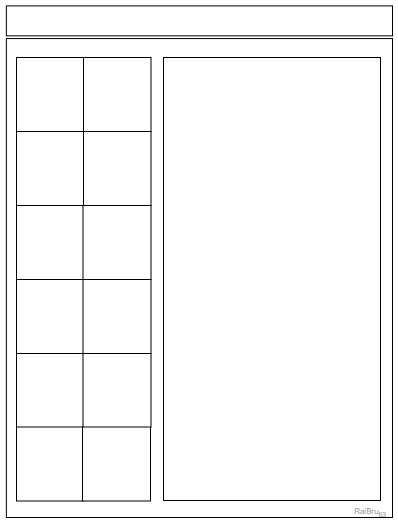
Earlier version of the draw.io export src/res/TNPassport-Planner-Monthly-6-2.png (raibru/note-planner). Source tidied: cells renumbered, new cells last; positions are measured from the earlier drawing's top-left corner, leaving out a move shared by most shapes. Its diagram source:
```xml
<mxGraphModel background="#FFFFFF">
  <root>
    <mxCell id="0" />
    <mxCell id="1" parent="0" />
    <mxCell id="2" style="group;" parent="1" vertex="1">
      <mxGeometry y="1" width="387" height="511" as="geometry" />
    </mxCell>
    <mxCell id="3" style="rounded=0;whiteSpace=wrap;html=1;" parent="2" vertex="1">
      <mxGeometry x="0.8" y="32" width="386.2" height="479" as="geometry" />
    </mxCell>
    <mxCell id="4" style="rounded=0;whiteSpace=wrap;html=1;" parent="2" vertex="1">
      <mxGeometry x="0.8" y="-0.6" width="386.2" height="30" as="geometry" />
    </mxCell>
    <mxCell id="5" style="group;" parent="2" vertex="1">
      <mxGeometry x="183" y="6.5" width="20.9" height="8.3" as="geometry" />
    </mxCell>
    <mxCell id="6" style="group;" parent="5" vertex="1">
      <mxGeometry width="20.9" height="8.3" as="geometry" />
    </mxCell>
    <mxCell id="7" value="RaiBru&lt;sub&gt;63&lt;/sub&gt;" style="text;html=1;strokeColor=none;fillColor=none;align=right;verticalAlign=middle;whiteSpace=wrap;rounded=0;fontFamily=Helvetica;fontSize=8;fontColor=#999999;" parent="2" vertex="1">
      <mxGeometry x="364.5" y="503.1" width="19.5" height="6.2" as="geometry" />
    </mxCell>
    <mxCell id="8" style="rounded=0;whiteSpace=wrap;html=1;" parent="2" vertex="1">
      <mxGeometry x="11" y="51" width="67" height="74" as="geometry" />
    </mxCell>
    <mxCell id="9" style="rounded=0;whiteSpace=wrap;html=1;" parent="2" vertex="1">
      <mxGeometry x="158" y="51" width="217" height="443" as="geometry" />
    </mxCell>
    <mxCell id="10" style="rounded=0;whiteSpace=wrap;html=1;" parent="2" vertex="1">
      <mxGeometry x="78" y="51" width="67.5" height="74" as="geometry" />
    </mxCell>
    <mxCell id="11" style="rounded=0;whiteSpace=wrap;html=1;" parent="2" vertex="1">
      <mxGeometry x="77.5" y="125" width="68" height="74" as="geometry" />
    </mxCell>
    <mxCell id="12" style="rounded=0;whiteSpace=wrap;html=1;" parent="2" vertex="1">
      <mxGeometry x="11" y="125" width="67" height="74" as="geometry" />
    </mxCell>
    <mxCell id="13" style="rounded=0;whiteSpace=wrap;html=1;" parent="2" vertex="1">
      <mxGeometry x="11" y="199" width="67" height="74" as="geometry" />
    </mxCell>
    <mxCell id="14" style="rounded=0;whiteSpace=wrap;html=1;" parent="2" vertex="1">
      <mxGeometry x="77.5" y="199" width="68" height="74" as="geometry" />
    </mxCell>
    <mxCell id="15" style="rounded=0;whiteSpace=wrap;html=1;" parent="2" vertex="1">
      <mxGeometry x="11" y="273" width="67" height="74" as="geometry" />
    </mxCell>
    <mxCell id="16" style="rounded=0;whiteSpace=wrap;html=1;" parent="2" vertex="1">
      <mxGeometry x="77.5" y="273" width="68" height="74" as="geometry" />
    </mxCell>
    <mxCell id="17" style="rounded=0;whiteSpace=wrap;html=1;" parent="2" vertex="1">
      <mxGeometry x="11" y="347" width="67" height="74" as="geometry" />
    </mxCell>
    <mxCell id="18" style="rounded=0;whiteSpace=wrap;html=1;" parent="2" vertex="1">
      <mxGeometry x="77.5" y="347" width="68" height="74" as="geometry" />
    </mxCell>
    <mxCell id="19" style="rounded=0;whiteSpace=wrap;html=1;" parent="2" vertex="1">
      <mxGeometry x="11" y="420.5" width="67" height="74" as="geometry" />
    </mxCell>
    <mxCell id="20" style="rounded=0;whiteSpace=wrap;html=1;" parent="2" vertex="1">
      <mxGeometry x="77" y="420.5" width="68" height="74" as="geometry" />
    </mxCell>
  </root>
</mxGraphModel>
```
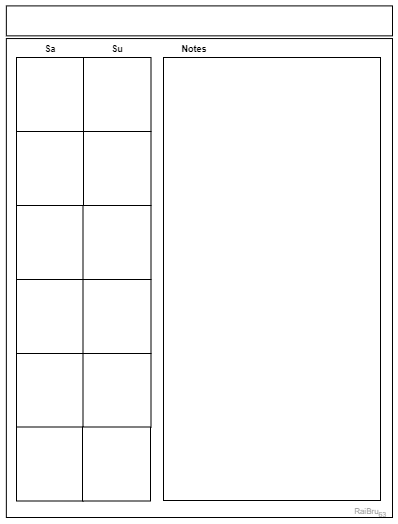
Later version of the same file.

Commit message:
RES(cal): add days header to montly cal pages

Diff of the diagram source:
```diff
@@ -59,5 +59,14 @@
     <mxCell id="20" style="rounded=0;whiteSpace=wrap;html=1;" parent="2" vertex="1">
       <mxGeometry x="77" y="420.5" width="68" height="74" as="geometry" />
     </mxCell>
+    <mxCell id="21" value="&lt;font style=&quot;font-size: 9px;&quot;&gt;Sa&lt;/font&gt;" style="text;html=1;align=center;verticalAlign=middle;whiteSpace=wrap;rounded=0;fontSize=11;fontStyle=1;" parent="2" vertex="1">
+      <mxGeometry x="14.5" y="34" width="60" height="15" as="geometry" />
+    </mxCell>
+    <mxCell id="22" value="&lt;font style=&quot;font-size: 9px;&quot;&gt;Su&lt;/font&gt;" style="text;html=1;align=center;verticalAlign=middle;whiteSpace=wrap;rounded=0;fontSize=11;fontStyle=1;" parent="2" vertex="1">
+      <mxGeometry x="81.5" y="34" width="60" height="15" as="geometry" />
+    </mxCell>
+    <mxCell id="23" value="&lt;font style=&quot;font-size: 9px;&quot;&gt;Notes&lt;/font&gt;" style="text;html=1;align=center;verticalAlign=middle;whiteSpace=wrap;rounded=0;fontSize=11;fontStyle=1;" parent="2" vertex="1">
+      <mxGeometry x="159" y="34" width="60" height="15" as="geometry" />
+    </mxCell>
   </root>
 </mxGraphModel>
```
